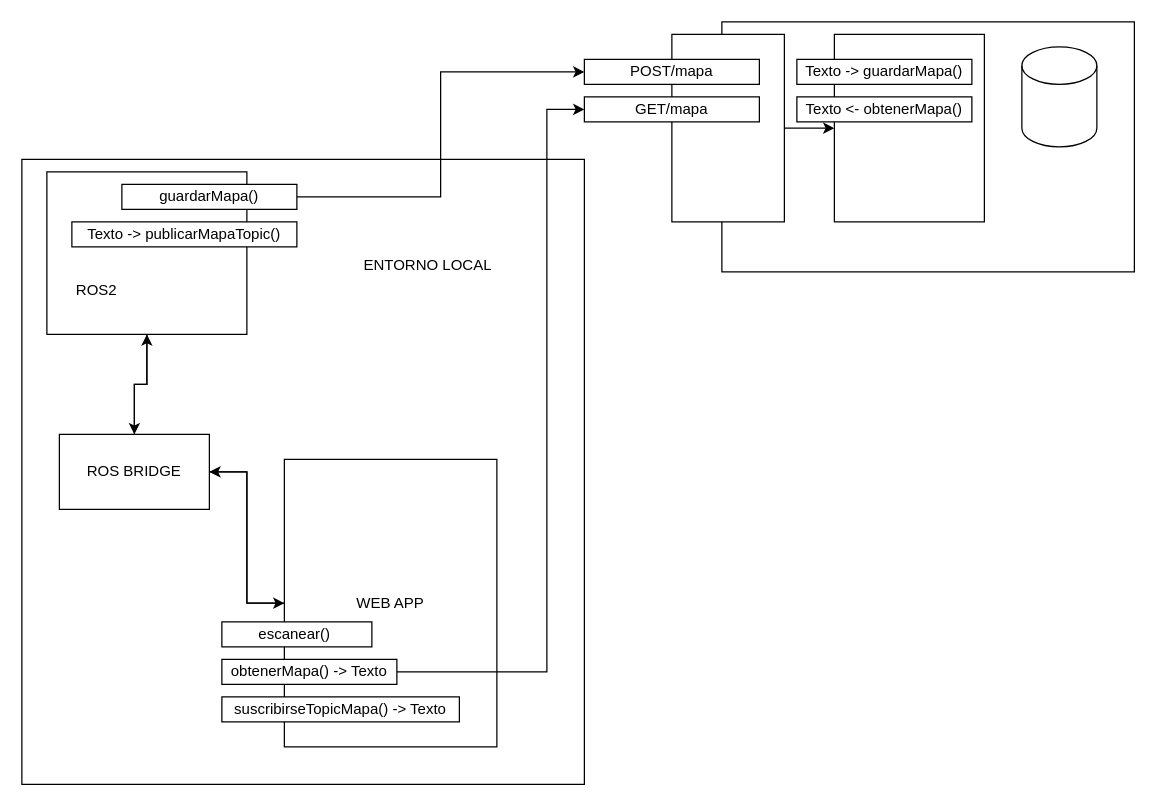
Earlier version of the draw.io diagram page "Logica Negocio" (1 of 2) of doc/DiagramaBloques.drawio (GTI-3B-ProyectoRobotica/Automatix-Backend). Source tidied: cells renumbered, new cells numbered last; positions are measured from the earlier drawing's top-left corner, leaving out a move shared by most shapes. Both pictures are drawn from the tidied source at 125%, with x=0, y=0 at pixel (21, 21).
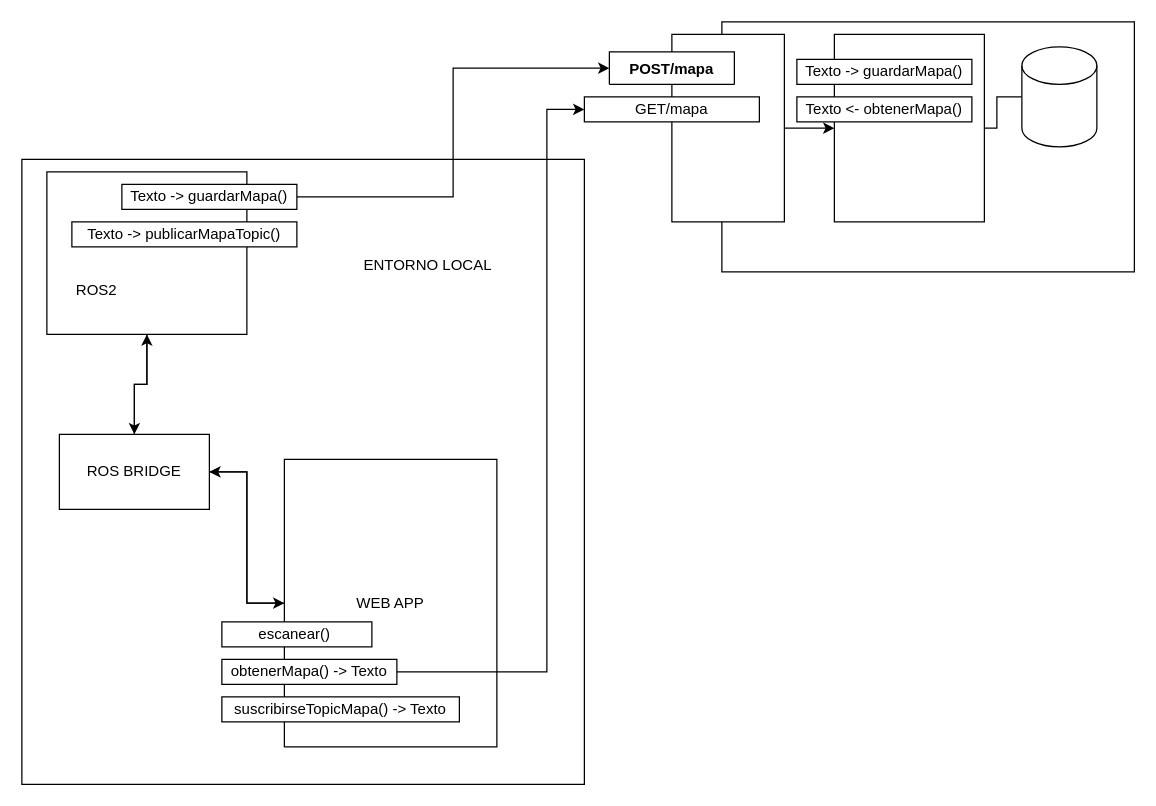
The same diagram, later.

Commit message (it also covers changes not shown here):
AX - H3 - 2 - Crear Entidad Relacional SQL

Unchanged cells that the change refers to:
```xml
<mxCell id="7" style="shape=cylinder3;whiteSpace=wrap;html=1;boundedLbl=1;backgroundOutline=1;size=15;" parent="1" vertex="1">
  <mxGeometry x="800" y="20" width="60" height="80" as="geometry" />
</mxCell>
<mxCell id="10" style="rounded=0;whiteSpace=wrap;html=1;" parent="1" vertex="1">
  <mxGeometry x="650" y="10" width="120" height="150" as="geometry" />
</mxCell>
```

What changed in the source:
```diff
@@
+    <mxCell id="28" style="edgeStyle=orthogonalEdgeStyle;rounded=0;jettySize=auto;html=1;entryX=1;entryY=0.5;entryDx=0;entryDy=0;endArrow=none;endFill=0;" parent="1" edge="1" source="7" target="10">
+      <mxGeometry relative="1" as="geometry" />
+    </mxCell>
@@
-    <mxCell id="11" value="POST/mapa" style="rounded=0;whiteSpace=wrap;html=1;" parent="1" vertex="1">
-      <mxGeometry x="450" y="30" width="140" height="20" as="geometry" />
-    </mxCell>
@@
-    <mxCell id="24" value="guardarMapa()" style="rounded=0;whiteSpace=wrap;html=1;" parent="1" vertex="1">
+    <mxCell id="24" value="Texto -&amp;gt; guardarMapa()" style="rounded=0;whiteSpace=wrap;html=1;" parent="1" vertex="1">
       <mxGeometry x="80" y="130" width="140" height="20" as="geometry" />
     </mxCell>
@@
+    <mxCell id="11" value="POST/mapa" style="swimlane;fontStyle=1;align=center;verticalAlign=top;horizontal=1;startSize=26;" parent="1" vertex="1" collapsed="1">
+      <mxGeometry x="470" y="24" width="100" height="26" as="geometry" />
+    </mxCell>
```
